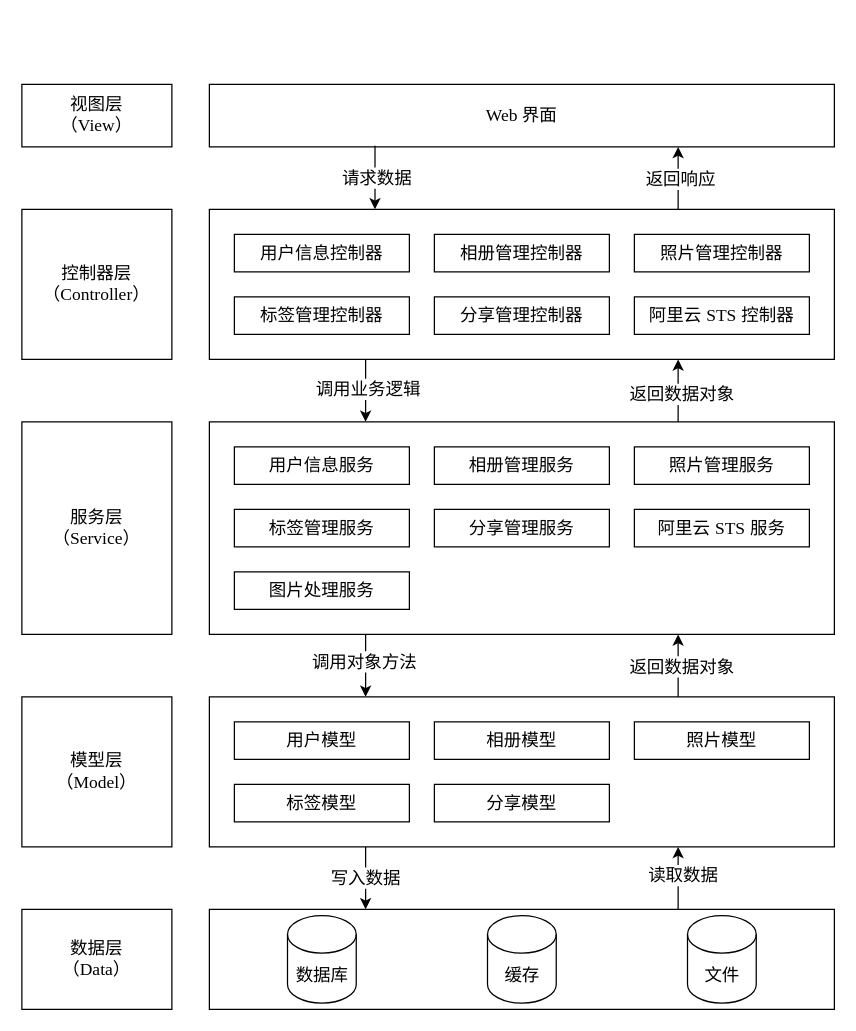
This is public/Untitled Diagram.drawio from 3fuyang/3fuyang.github.io, a draw.io file, before an edit. Source tidied: cells renumbered, new cells numbered last; positions are measured from the earlier drawing's top-left corner, leaving out a move shared by most shapes. Both pictures are drawn from the tidied source at 125%, with x=0, y=0 at pixel (21, 84).
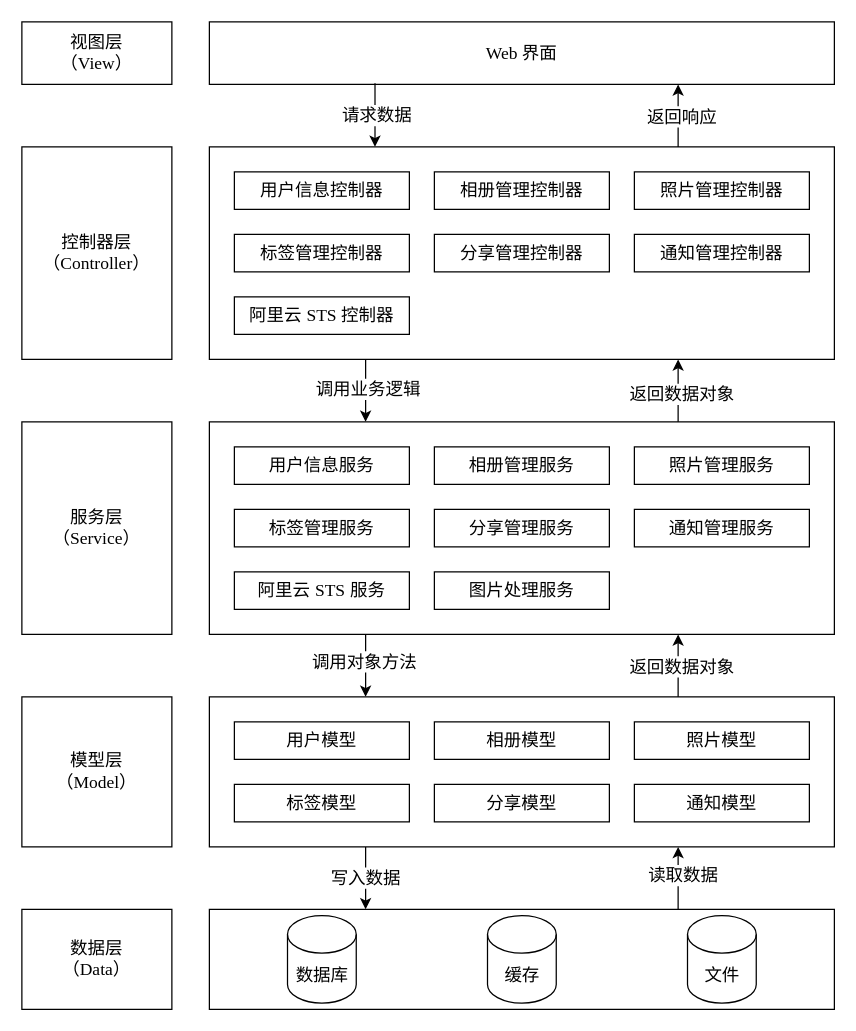
The same diagram, later.

Commit message:
docs: update business tech

What changed in the source:
```diff
@@
     <mxCell id="2" value="&lt;font style=&quot;font-size: 14px;&quot; face=&quot;宋体&quot;&gt;视图层&lt;br&gt;（&lt;/font&gt;&lt;font face=&quot;Times New Roman&quot; style=&quot;font-size: 14px;&quot;&gt;View&lt;/font&gt;&lt;font style=&quot;font-size: 14px;&quot; face=&quot;宋体&quot;&gt;）&lt;/font&gt;" style="rounded=0;whiteSpace=wrap;html=1;" parent="1" vertex="1">
-      <mxGeometry width="120" height="50" as="geometry" />
+      <mxGeometry y="-50" width="120" height="50" as="geometry" />
     </mxCell>
     <mxCell id="3" value="&lt;font style=&quot;font-size: 14px;&quot; face=&quot;Times New Roman&quot;&gt;Web&lt;/font&gt; &lt;font face=&quot;宋体&quot; style=&quot;font-size: 14px;&quot;&gt;界面&lt;/font&gt;" style="rounded=0;whiteSpace=wrap;html=1;" parent="1" vertex="1">
-      <mxGeometry x="150" width="500" height="50" as="geometry" />
+      <mxGeometry x="150" y="-50" width="500" height="50" as="geometry" />
     </mxCell>
     <mxCell id="4" value="&lt;font style=&quot;font-size: 14px;&quot; face=&quot;宋体&quot;&gt;控制器层（&lt;/font&gt;&lt;font face=&quot;Times New Roman&quot; style=&quot;font-size: 14px;&quot;&gt;Controller&lt;/font&gt;&lt;font style=&quot;font-size: 14px;&quot; face=&quot;宋体&quot;&gt;）&lt;/font&gt;" style="rounded=0;whiteSpace=wrap;html=1;" parent="1" vertex="1">
-      <mxGeometry y="100" width="120" height="120" as="geometry" />
+      <mxGeometry y="50" width="120" height="170" as="geometry" />
     </mxCell>
@@
     <mxCell id="7" style="rounded=0;whiteSpace=wrap;html=1;" parent="1" vertex="1">
-      <mxGeometry x="150" y="100" width="500" height="120" as="geometry" />
+      <mxGeometry x="150" y="50" width="500" height="170" as="geometry" />
     </mxCell>
@@
     <mxCell id="13" value="&lt;font style=&quot;font-size: 14px;&quot; face=&quot;宋体&quot;&gt;用户信息控制器&lt;/font&gt;" style="rounded=0;whiteSpace=wrap;html=1;" parent="1" vertex="1">
-      <mxGeometry x="170" y="120" width="140" height="30" as="geometry" />
+      <mxGeometry x="170" y="70" width="140" height="30" as="geometry" />
     </mxCell>
     <mxCell id="14" value="&lt;font style=&quot;font-size: 14px;&quot; face=&quot;宋体&quot;&gt;相册管理控制器&lt;/font&gt;" style="rounded=0;whiteSpace=wrap;html=1;" parent="1" vertex="1">
-      <mxGeometry x="330" y="120" width="140" height="30" as="geometry" />
+      <mxGeometry x="330" y="70" width="140" height="30" as="geometry" />
     </mxCell>
     <mxCell id="15" value="&lt;font style=&quot;font-size: 14px;&quot; face=&quot;宋体&quot;&gt;照片管理控制器&lt;/font&gt;" style="rounded=0;whiteSpace=wrap;html=1;" parent="1" vertex="1">
-      <mxGeometry x="490" y="120" width="140" height="30" as="geometry" />
+      <mxGeometry x="490" y="70" width="140" height="30" as="geometry" />
     </mxCell>
     <mxCell id="16" value="&lt;font style=&quot;font-size: 14px;&quot; face=&quot;宋体&quot;&gt;标签管理控制器&lt;/font&gt;" style="rounded=0;whiteSpace=wrap;html=1;" parent="1" vertex="1">
-      <mxGeometry x="170" y="170" width="140" height="30" as="geometry" />
+      <mxGeometry x="170" y="120" width="140" height="30" as="geometry" />
     </mxCell>
     <mxCell id="17" value="&lt;font style=&quot;font-size: 14px;&quot; face=&quot;宋体&quot;&gt;分享管理控制器&lt;/font&gt;" style="rounded=0;whiteSpace=wrap;html=1;" parent="1" vertex="1">
-      <mxGeometry x="330" y="170" width="140" height="30" as="geometry" />
+      <mxGeometry x="330" y="120" width="140" height="30" as="geometry" />
     </mxCell>
@@
-    <mxCell id="29" value="&lt;font style=&quot;font-size: 14px;&quot; face=&quot;宋体&quot;&gt;阿里云 &lt;/font&gt;&lt;font face=&quot;Times New Roman&quot; style=&quot;font-size: 14px;&quot;&gt;STS&lt;/font&gt;&lt;font style=&quot;font-size: 14px;&quot; face=&quot;宋体&quot;&gt; 服务&lt;/font&gt;" style="rounded=0;whiteSpace=wrap;html=1;" parent="1" vertex="1">
+    <mxCell id="29" value="&lt;font face=&quot;宋体&quot;&gt;&lt;span style=&quot;font-size: 14px;&quot;&gt;通知管理服务&lt;/span&gt;&lt;/font&gt;" style="rounded=0;whiteSpace=wrap;html=1;" parent="1" vertex="1">
       <mxGeometry x="490" y="340" width="140" height="30" as="geometry" />
     </mxCell>
-    <mxCell id="30" value="&lt;font style=&quot;font-size: 14px;&quot; face=&quot;宋体&quot;&gt;图片处理服务&lt;/font&gt;" style="rounded=0;whiteSpace=wrap;html=1;" parent="1" vertex="1">
+    <mxCell id="30" value="&lt;font style=&quot;border-color: var(--border-color); font-size: 14px;&quot; face=&quot;宋体&quot;&gt;阿里云&amp;nbsp;&lt;/font&gt;&lt;font style=&quot;border-color: var(--border-color); font-size: 14px;&quot; face=&quot;Times New Roman&quot;&gt;STS&lt;/font&gt;&lt;font style=&quot;border-color: var(--border-color); font-size: 14px;&quot; face=&quot;宋体&quot;&gt;&amp;nbsp;服务&lt;/font&gt;" style="rounded=0;whiteSpace=wrap;html=1;" parent="1" vertex="1">
       <mxGeometry x="170" y="390" width="140" height="30" as="geometry" />
     </mxCell>
-    <mxCell id="31" value="&lt;font style=&quot;border-color: var(--border-color); font-size: 14px;&quot; face=&quot;宋体&quot;&gt;阿里云&amp;nbsp;&lt;/font&gt;&lt;font style=&quot;border-color: var(--border-color); font-size: 14px;&quot; face=&quot;Times New Roman&quot;&gt;STS&lt;/font&gt;&lt;font style=&quot;border-color: var(--border-color); font-size: 14px;&quot; face=&quot;宋体&quot;&gt;&amp;nbsp;控制器&lt;/font&gt;" style="rounded=0;whiteSpace=wrap;html=1;" parent="1" vertex="1">
-      <mxGeometry x="490" y="170" width="140" height="30" as="geometry" />
+    <mxCell id="31" value="&lt;font face=&quot;宋体&quot;&gt;&lt;span style=&quot;font-size: 14px;&quot;&gt;通知管理控制器&lt;/span&gt;&lt;/font&gt;" style="rounded=0;whiteSpace=wrap;html=1;" parent="1" vertex="1">
+      <mxGeometry x="490" y="120" width="140" height="30" as="geometry" />
     </mxCell>
@@
+    <mxCell id="48" value="&lt;font style=&quot;border-color: var(--border-color); font-size: 14px;&quot; face=&quot;宋体&quot;&gt;阿里云&amp;nbsp;&lt;/font&gt;&lt;font style=&quot;border-color: var(--border-color); font-size: 14px;&quot; face=&quot;Times New Roman&quot;&gt;STS&amp;nbsp;&lt;/font&gt;&lt;font style=&quot;border-color: var(--border-color); font-size: 14px;&quot; face=&quot;宋体&quot;&gt;控制器&lt;/font&gt;" style="rounded=0;whiteSpace=wrap;html=1;" parent="1" vertex="1">
+      <mxGeometry x="170" y="170" width="140" height="30" as="geometry" />
+    </mxCell>
+    <mxCell id="49" value="&lt;font style=&quot;font-size: 14px;&quot; face=&quot;宋体&quot;&gt;图片处理服务&lt;/font&gt;" style="rounded=0;whiteSpace=wrap;html=1;" parent="1" vertex="1">
+      <mxGeometry x="330" y="390" width="140" height="30" as="geometry" />
+    </mxCell>
+    <mxCell id="50" value="&lt;font style=&quot;font-size: 14px;&quot; face=&quot;宋体&quot;&gt;通知模型&lt;/font&gt;" style="rounded=0;whiteSpace=wrap;html=1;" parent="1" vertex="1">
+      <mxGeometry x="490" y="560" width="140" height="30" as="geometry" />
+    </mxCell>
```
